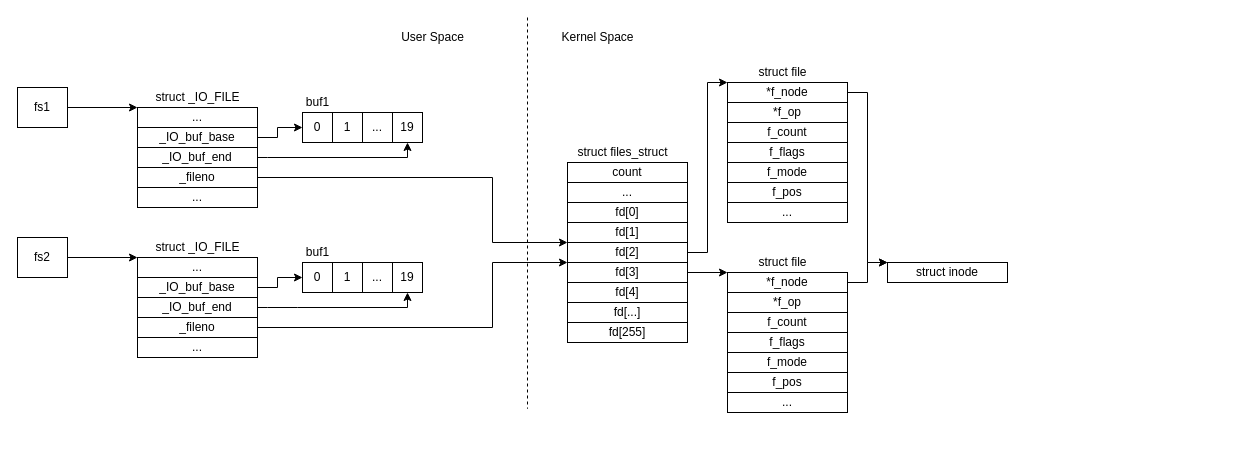
Before: sixthTerm/open-fopen/docs/diagrams/prog3.drawio in kalashkovpaul/bmstu-os, a draw.io diagram. Source tidied: cells renumbered, new cells numbered last; positions are measured from the earlier drawing's top-left corner, leaving out a move shared by most shapes. Both pictures are drawn from the tidied source at 100%, with x=0, y=0 at pixel (17, 17).
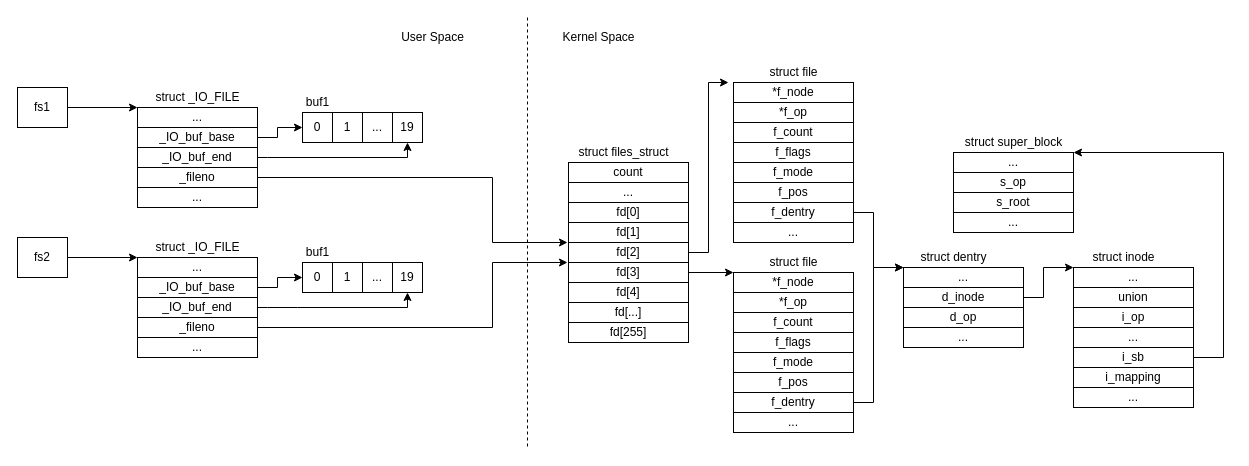
The same page after the edit.

Unchanged cells that the change refers to:
```xml
<mxCell id="12" value="_fileno" style="whiteSpace=wrap;html=1;" parent="1" vertex="1">
  <mxGeometry x="120" y="150" width="120" height="20" as="geometry" />
</mxCell>
<mxCell id="21" value="_fileno" style="whiteSpace=wrap;html=1;" parent="1" vertex="1">
  <mxGeometry x="120" y="300" width="120" height="20" as="geometry" />
</mxCell>
```

Change to the diagram source:
```diff
@@
-    <mxCell id="11" style="edgeStyle=none;rounded=0;html=1;exitX=1;exitY=0.5;exitDx=0;exitDy=0;entryX=0;entryY=1;entryDx=0;entryDy=0;" parent="1" edge="1" source="12" target="40">
+    <mxCell id="11" style="edgeStyle=none;rounded=0;html=1;exitX=1;exitY=0.5;exitDx=0;exitDy=0;entryX=0;entryY=1;entryDx=0;entryDy=0;" parent="1" edge="1" source="12">
       <mxGeometry relative="1" as="geometry">
+        <mxPoint x="550" y="225" as="targetPoint" />
         <Array as="points">
           <mxPoint x="475" y="160" />
           <mxPoint x="475" y="225" />
         </Array>
       </mxGeometry>
     </mxCell>
@@
-    <mxCell id="20" style="edgeStyle=none;rounded=0;html=1;exitX=1;exitY=0.5;exitDx=0;exitDy=0;entryX=0;entryY=0;entryDx=0;entryDy=0;" parent="1" edge="1" source="21" target="56">
+    <mxCell id="20" style="edgeStyle=none;rounded=0;html=1;exitX=1;exitY=0.5;exitDx=0;exitDy=0;entryX=0;entryY=0;entryDx=0;entryDy=0;" parent="1" edge="1" source="21">
       <mxGeometry relative="1" as="geometry">
+        <mxPoint x="550" y="245" as="targetPoint" />
         <Array as="points">
           <mxPoint x="475" y="310" />
           <mxPoint x="475" y="245" />
         </Array>
       </mxGeometry>
     </mxCell>
@@
     <mxCell id="34" style="edgeStyle=none;rounded=0;html=1;endArrow=none;endFill=0;dashed=1;" parent="1" edge="1">
       <mxGeometry relative="1" as="geometry">
         <mxPoint x="510" as="sourcePoint" />
-        <mxPoint x="510" y="391.2" as="targetPoint" />
+        <mxPoint x="510" y="430" as="targetPoint" />
       </mxGeometry>
     </mxCell>
@@
-    <mxCell id="36" value="Kernel Space" style="text;html=1;align=center;verticalAlign=middle;fillColor=none;strokeColor=none;rounded=0;" parent="1" vertex="1">
-      <mxGeometry x="535" y="10" width="90" height="20" as="geometry" />
-    </mxCell>
     <mxCell id="37" value="count" style="whiteSpace=wrap;html=1;" parent="1" vertex="1">
-      <mxGeometry x="550" y="145" width="120" height="20" as="geometry" />
+      <mxGeometry x="551" y="145" width="120" height="20" as="geometry" />
     </mxCell>
-    <mxCell id="38" value="..." style="whiteSpace=wrap;html=1;" parent="1" vertex="1">
-      <mxGeometry x="550" y="165" width="120" height="20" as="geometry" />
-    </mxCell>
+    <mxCell id="68" value="..." style="whiteSpace=wrap;html=1;" parent="1" vertex="1">
+      <mxGeometry x="551" y="165" width="120" height="20" as="geometry" />
+    </mxCell>
     <mxCell id="39" value="fd[0]" style="whiteSpace=wrap;html=1;" parent="1" vertex="1">
-      <mxGeometry x="550" y="185" width="120" height="20" as="geometry" />
+      <mxGeometry x="551" y="185" width="120" height="20" as="geometry" />
     </mxCell>
     <mxCell id="40" value="fd[1]" style="whiteSpace=wrap;html=1;" parent="1" vertex="1">
-      <mxGeometry x="550" y="205" width="120" height="20" as="geometry" />
+      <mxGeometry x="551" y="205" width="120" height="20" as="geometry" />
     </mxCell>
     <mxCell id="41" value="fd[...]" style="whiteSpace=wrap;html=1;" parent="1" vertex="1">
-      <mxGeometry x="550" y="285" width="120" height="20" as="geometry" />
+      <mxGeometry x="551" y="285" width="120" height="20" as="geometry" />
     </mxCell>
     <mxCell id="42" value="fd[255]" style="whiteSpace=wrap;html=1;" parent="1" vertex="1">
-      <mxGeometry x="550" y="305" width="120" height="20" as="geometry" />
+      <mxGeometry x="551" y="305" width="120" height="20" as="geometry" />
     </mxCell>
     <mxCell id="43" value="struct files_struct" style="text;html=1;align=center;verticalAlign=middle;fillColor=none;strokeColor=none;rounded=0;" parent="1" vertex="1">
-      <mxGeometry x="550" y="125" width="110" height="20" as="geometry" />
+      <mxGeometry x="551" y="125" width="110" height="20" as="geometry" />
     </mxCell>
-    <mxCell id="44" style="edgeStyle=none;rounded=0;html=1;exitX=1;exitY=0.5;exitDx=0;exitDy=0;entryX=0;entryY=0;entryDx=0;entryDy=0;" parent="1" edge="1" source="45" target="52">
-      <mxGeometry relative="1" as="geometry">
-        <Array as="points">
-          <mxPoint x="850" y="265" />
-          <mxPoint x="850" y="245" />
-        </Array>
-      </mxGeometry>
-    </mxCell>
-    <mxCell id="45" value="*f_node" style="whiteSpace=wrap;html=1;" parent="1" vertex="1">
-      <mxGeometry x="710" y="255" width="120" height="20" as="geometry" />
-    </mxCell>
-    <mxCell id="46" value="*f_op" style="whiteSpace=wrap;html=1;" parent="1" vertex="1">
-      <mxGeometry x="710" y="275" width="120" height="20" as="geometry" />
-    </mxCell>
-    <mxCell id="47" value="f_count" style="whiteSpace=wrap;html=1;" parent="1" vertex="1">
-      <mxGeometry x="710" y="295" width="120" height="20" as="geometry" />
-    </mxCell>
-    <mxCell id="48" value="f_flags" style="whiteSpace=wrap;html=1;" parent="1" vertex="1">
-      <mxGeometry x="710" y="315" width="120" height="20" as="geometry" />
-    </mxCell>
-    <mxCell id="49" value="f_mode" style="whiteSpace=wrap;html=1;" parent="1" vertex="1">
-      <mxGeometry x="710" y="335" width="120" height="20" as="geometry" />
-    </mxCell>
-    <mxCell id="50" value="f_pos" style="whiteSpace=wrap;html=1;" parent="1" vertex="1">
-      <mxGeometry x="710" y="355" width="120" height="20" as="geometry" />
-    </mxCell>
-    <mxCell id="51" value="..." style="whiteSpace=wrap;html=1;" parent="1" vertex="1">
-      <mxGeometry x="710" y="375" width="120" height="20" as="geometry" />
-    </mxCell>
-    <mxCell id="52" value="struct inode" style="whiteSpace=wrap;html=1;" parent="1" vertex="1">
-      <mxGeometry x="870" y="245" width="120" height="20" as="geometry" />
-    </mxCell>
-    <mxCell id="53" style="edgeStyle=none;rounded=0;html=1;exitX=1;exitY=0.5;exitDx=0;exitDy=0;entryX=0;entryY=0;entryDx=0;entryDy=0;" parent="1" edge="1" source="54" target="59">
-      <mxGeometry relative="1" as="geometry">
-        <Array as="points">
-          <mxPoint x="690" y="235" />
-          <mxPoint x="690" y="65" />
-        </Array>
-      </mxGeometry>
-    </mxCell>
+    <mxCell id="36" value="Kernel Space" style="text;html=1;align=center;verticalAlign=middle;fillColor=none;strokeColor=none;rounded=0;" parent="1" vertex="1">
+      <mxGeometry x="536" y="10" width="90" height="20" as="geometry" />
+    </mxCell>
+    <mxCell id="69" style="edgeStyle=none;rounded=0;html=1;exitX=1;exitY=0.5;exitDx=0;exitDy=0;entryX=0;entryY=0;entryDx=0;entryDy=0;" parent="1" edge="1" source="54">
+      <mxGeometry relative="1" as="geometry">
+        <mxPoint x="711" y="65" as="targetPoint" />
+        <Array as="points">
+          <mxPoint x="691" y="235" />
+          <mxPoint x="691" y="65" />
+        </Array>
+      </mxGeometry>
+    </mxCell>
     <mxCell id="54" value="fd[2]" style="whiteSpace=wrap;html=1;" parent="1" vertex="1">
-      <mxGeometry x="550" y="225" width="120" height="20" as="geometry" />
+      <mxGeometry x="551" y="225" width="120" height="20" as="geometry" />
     </mxCell>
-    <mxCell id="55" style="edgeStyle=none;rounded=0;html=1;exitX=1;exitY=0.5;exitDx=0;exitDy=0;entryX=0;entryY=0;entryDx=0;entryDy=0;" parent="1" edge="1" source="56" target="45">
-      <mxGeometry relative="1" as="geometry" />
-    </mxCell>
+    <mxCell id="70" style="edgeStyle=none;rounded=0;html=1;exitX=1;exitY=0.5;exitDx=0;exitDy=0;entryX=0;entryY=0;entryDx=0;entryDy=0;" parent="1" edge="1" source="56" target="71">
+      <mxGeometry relative="1" as="geometry" />
+    </mxCell>
     <mxCell id="56" value="fd[3]" style="whiteSpace=wrap;html=1;" parent="1" vertex="1">
-      <mxGeometry x="550" y="245" width="120" height="20" as="geometry" />
+      <mxGeometry x="551" y="245" width="120" height="20" as="geometry" />
     </mxCell>
     <mxCell id="57" value="fd[4]" style="whiteSpace=wrap;html=1;" parent="1" vertex="1">
-      <mxGeometry x="550" y="265" width="120" height="20" as="geometry" />
+      <mxGeometry x="551" y="265" width="120" height="20" as="geometry" />
     </mxCell>
-    <mxCell id="58" style="edgeStyle=none;html=1;exitX=1;exitY=0.5;exitDx=0;exitDy=0;entryX=0;entryY=0;entryDx=0;entryDy=0;rounded=0;" parent="1" edge="1" source="59" target="52">
-      <mxGeometry relative="1" as="geometry">
-        <Array as="points">
-          <mxPoint x="850" y="75" />
-          <mxPoint x="850" y="245" />
-        </Array>
-      </mxGeometry>
-    </mxCell>
-    <mxCell id="59" value="*f_node" style="whiteSpace=wrap;html=1;" parent="1" vertex="1">
-      <mxGeometry x="710" y="65" width="120" height="20" as="geometry" />
-    </mxCell>
-    <mxCell id="60" value="*f_op" style="whiteSpace=wrap;html=1;" parent="1" vertex="1">
-      <mxGeometry x="710" y="85" width="120" height="20" as="geometry" />
-    </mxCell>
-    <mxCell id="61" value="f_count" style="whiteSpace=wrap;html=1;" parent="1" vertex="1">
-      <mxGeometry x="710" y="105" width="120" height="20" as="geometry" />
-    </mxCell>
-    <mxCell id="62" value="f_flags" style="whiteSpace=wrap;html=1;" parent="1" vertex="1">
-      <mxGeometry x="710" y="125" width="120" height="20" as="geometry" />
-    </mxCell>
-    <mxCell id="63" value="f_mode" style="whiteSpace=wrap;html=1;" parent="1" vertex="1">
-      <mxGeometry x="710" y="145" width="120" height="20" as="geometry" />
-    </mxCell>
-    <mxCell id="64" value="f_pos" style="whiteSpace=wrap;html=1;" parent="1" vertex="1">
-      <mxGeometry x="710" y="165" width="120" height="20" as="geometry" />
-    </mxCell>
-    <mxCell id="65" value="..." style="whiteSpace=wrap;html=1;" parent="1" vertex="1">
-      <mxGeometry x="710" y="185" width="120" height="20" as="geometry" />
-    </mxCell>
-    <mxCell id="66" value="struct file" style="text;html=1;align=center;verticalAlign=middle;fillColor=none;strokeColor=none;rounded=0;" parent="1" vertex="1">
-      <mxGeometry x="735" y="235" width="60" height="20" as="geometry" />
-    </mxCell>
-    <mxCell id="67" value="struct file" style="text;html=1;align=center;verticalAlign=middle;fillColor=none;strokeColor=none;rounded=0;" parent="1" vertex="1">
-      <mxGeometry x="735" y="45" width="60" height="20" as="geometry" />
-    </mxCell>
+    <mxCell id="71" value="*f_node" style="whiteSpace=wrap;html=1;" parent="1" vertex="1">
+      <mxGeometry x="716" y="255" width="120" height="20" as="geometry" />
+    </mxCell>
+    <mxCell id="72" value="*f_op" style="whiteSpace=wrap;html=1;" parent="1" vertex="1">
+      <mxGeometry x="716" y="275" width="120" height="20" as="geometry" />
+    </mxCell>
+    <mxCell id="73" value="f_count" style="whiteSpace=wrap;html=1;" parent="1" vertex="1">
+      <mxGeometry x="716" y="295" width="120" height="20" as="geometry" />
+    </mxCell>
+    <mxCell id="74" value="f_flags" style="whiteSpace=wrap;html=1;" parent="1" vertex="1">
+      <mxGeometry x="716" y="315" width="120" height="20" as="geometry" />
+    </mxCell>
+    <mxCell id="75" value="f_mode" style="whiteSpace=wrap;html=1;" parent="1" vertex="1">
+      <mxGeometry x="716" y="335" width="120" height="20" as="geometry" />
+    </mxCell>
+    <mxCell id="76" value="f_pos" style="whiteSpace=wrap;html=1;" parent="1" vertex="1">
+      <mxGeometry x="716" y="355" width="120" height="20" as="geometry" />
+    </mxCell>
+    <mxCell id="77" style="edgeStyle=none;rounded=0;html=1;exitX=1;exitY=0.5;exitDx=0;exitDy=0;entryX=0;entryY=0;entryDx=0;entryDy=0;endArrow=classic;endFill=1;" parent="1" edge="1" source="78" target="82">
+      <mxGeometry relative="1" as="geometry">
+        <Array as="points">
+          <mxPoint x="856" y="385" />
+          <mxPoint x="856" y="250" />
+        </Array>
+      </mxGeometry>
+    </mxCell>
+    <mxCell id="78" value="f_dentry" style="whiteSpace=wrap;html=1;" parent="1" vertex="1">
+      <mxGeometry x="716" y="375" width="120" height="20" as="geometry" />
+    </mxCell>
+    <mxCell id="79" value="..." style="whiteSpace=wrap;html=1;" parent="1" vertex="1">
+      <mxGeometry x="1056" y="250" width="120" height="20" as="geometry" />
+    </mxCell>
+    <mxCell id="80" value="struct file" style="text;html=1;align=center;verticalAlign=middle;fillColor=none;strokeColor=none;rounded=0;" parent="1" vertex="1">
+      <mxGeometry x="746" y="235" width="60" height="20" as="geometry" />
+    </mxCell>
+    <mxCell id="81" value="..." style="whiteSpace=wrap;html=1;" parent="1" vertex="1">
+      <mxGeometry x="716" y="395" width="120" height="20" as="geometry" />
+    </mxCell>
+    <mxCell id="82" value="..." style="whiteSpace=wrap;html=1;" parent="1" vertex="1">
+      <mxGeometry x="886" y="250" width="120" height="20" as="geometry" />
+    </mxCell>
+    <mxCell id="83" style="edgeStyle=none;rounded=0;html=1;exitX=1;exitY=0.5;exitDx=0;exitDy=0;entryX=0;entryY=0;entryDx=0;entryDy=0;endArrow=classic;endFill=1;" parent="1" edge="1" source="84" target="79">
+      <mxGeometry relative="1" as="geometry">
+        <Array as="points">
+          <mxPoint x="1026" y="280" />
+          <mxPoint x="1026" y="250" />
+        </Array>
+      </mxGeometry>
+    </mxCell>
+    <mxCell id="84" value="d_inode" style="whiteSpace=wrap;html=1;" parent="1" vertex="1">
+      <mxGeometry x="886" y="270" width="120" height="20" as="geometry" />
+    </mxCell>
+    <mxCell id="85" value="d_op" style="whiteSpace=wrap;html=1;" parent="1" vertex="1">
+      <mxGeometry x="886" y="290" width="120" height="20" as="geometry" />
+    </mxCell>
+    <mxCell id="86" value="struct dentry" style="text;html=1;align=center;verticalAlign=middle;fillColor=none;strokeColor=none;rounded=0;" parent="1" vertex="1">
+      <mxGeometry x="896" y="230" width="80" height="20" as="geometry" />
+    </mxCell>
+    <mxCell id="87" value="union" style="whiteSpace=wrap;html=1;" parent="1" vertex="1">
+      <mxGeometry x="1056" y="270" width="120" height="20" as="geometry" />
+    </mxCell>
+    <mxCell id="88" value="i_op" style="whiteSpace=wrap;html=1;" parent="1" vertex="1">
+      <mxGeometry x="1056" y="290" width="120" height="20" as="geometry" />
+    </mxCell>
+    <mxCell id="89" value="..." style="whiteSpace=wrap;html=1;" parent="1" vertex="1">
+      <mxGeometry x="1056" y="310" width="120" height="20" as="geometry" />
+    </mxCell>
+    <mxCell id="90" value="..." style="whiteSpace=wrap;html=1;" parent="1" vertex="1">
+      <mxGeometry x="886" y="310" width="120" height="20" as="geometry" />
+    </mxCell>
+    <mxCell id="91" style="edgeStyle=none;rounded=0;html=1;exitX=1;exitY=0.5;exitDx=0;exitDy=0;entryX=1;entryY=0;entryDx=0;entryDy=0;endArrow=classic;endFill=1;" parent="1" edge="1" source="92" target="95">
+      <mxGeometry relative="1" as="geometry">
+        <Array as="points">
+          <mxPoint x="1206" y="340" />
+          <mxPoint x="1206" y="135" />
+        </Array>
+      </mxGeometry>
+    </mxCell>
+    <mxCell id="92" value="i_sb" style="whiteSpace=wrap;html=1;" parent="1" vertex="1">
+      <mxGeometry x="1056" y="330" width="120" height="20" as="geometry" />
+    </mxCell>
+    <mxCell id="93" value="i_mapping" style="whiteSpace=wrap;html=1;" parent="1" vertex="1">
+      <mxGeometry x="1056" y="350" width="120" height="20" as="geometry" />
+    </mxCell>
+    <mxCell id="94" value="..." style="whiteSpace=wrap;html=1;" parent="1" vertex="1">
+      <mxGeometry x="1056" y="370" width="120" height="20" as="geometry" />
+    </mxCell>
+    <mxCell id="52" value="struct inode" style="text;html=1;align=center;verticalAlign=middle;points=[];fillColor=none;strokeColor=none;rounded=0;" parent="1" vertex="1">
+      <mxGeometry x="1066" y="230" width="80" height="20" as="geometry" />
+    </mxCell>
+    <mxCell id="95" value="..." style="whiteSpace=wrap;html=1;" parent="1" vertex="1">
+      <mxGeometry x="936" y="135" width="120" height="20" as="geometry" />
+    </mxCell>
+    <mxCell id="96" value="s_op" style="whiteSpace=wrap;html=1;" parent="1" vertex="1">
+      <mxGeometry x="936" y="155" width="120" height="20" as="geometry" />
+    </mxCell>
+    <mxCell id="97" value="s_root" style="whiteSpace=wrap;html=1;" parent="1" vertex="1">
+      <mxGeometry x="936" y="175" width="120" height="20" as="geometry" />
+    </mxCell>
+    <mxCell id="98" value="..." style="whiteSpace=wrap;html=1;" parent="1" vertex="1">
+      <mxGeometry x="936" y="195" width="120" height="20" as="geometry" />
+    </mxCell>
+    <mxCell id="99" value="struct super_block" style="text;html=1;align=center;verticalAlign=middle;fillColor=none;strokeColor=none;rounded=0;" parent="1" vertex="1">
+      <mxGeometry x="941" y="115" width="110" height="20" as="geometry" />
+    </mxCell>
+    <mxCell id="100" value="*f_node" style="whiteSpace=wrap;html=1;" parent="1" vertex="1">
+      <mxGeometry x="716" y="65" width="120" height="20" as="geometry" />
+    </mxCell>
+    <mxCell id="101" value="*f_op" style="whiteSpace=wrap;html=1;" parent="1" vertex="1">
+      <mxGeometry x="716" y="85" width="120" height="20" as="geometry" />
+    </mxCell>
+    <mxCell id="102" value="f_count" style="whiteSpace=wrap;html=1;" parent="1" vertex="1">
+      <mxGeometry x="716" y="105" width="120" height="20" as="geometry" />
+    </mxCell>
+    <mxCell id="103" value="f_flags" style="whiteSpace=wrap;html=1;" parent="1" vertex="1">
+      <mxGeometry x="716" y="125" width="120" height="20" as="geometry" />
+    </mxCell>
+    <mxCell id="104" value="f_mode" style="whiteSpace=wrap;html=1;" parent="1" vertex="1">
+      <mxGeometry x="716" y="145" width="120" height="20" as="geometry" />
+    </mxCell>
+    <mxCell id="105" value="f_pos" style="whiteSpace=wrap;html=1;" parent="1" vertex="1">
+      <mxGeometry x="716" y="165" width="120" height="20" as="geometry" />
+    </mxCell>
+    <mxCell id="106" style="edgeStyle=none;rounded=0;html=1;exitX=1;exitY=0.5;exitDx=0;exitDy=0;entryX=0;entryY=0;entryDx=0;entryDy=0;" parent="1" edge="1" source="107" target="82">
+      <mxGeometry relative="1" as="geometry">
+        <Array as="points">
+          <mxPoint x="856" y="195" />
+          <mxPoint x="856" y="250" />
+        </Array>
+      </mxGeometry>
+    </mxCell>
+    <mxCell id="107" value="f_dentry" style="whiteSpace=wrap;html=1;" parent="1" vertex="1">
+      <mxGeometry x="716" y="185" width="120" height="20" as="geometry" />
+    </mxCell>
+    <mxCell id="108" value="struct file" style="text;html=1;align=center;verticalAlign=middle;fillColor=none;strokeColor=none;rounded=0;" parent="1" vertex="1">
+      <mxGeometry x="746" y="45" width="60" height="20" as="geometry" />
+    </mxCell>
+    <mxCell id="109" value="..." style="whiteSpace=wrap;html=1;" parent="1" vertex="1">
+      <mxGeometry x="716" y="205" width="120" height="20" as="geometry" />
+    </mxCell>
```
